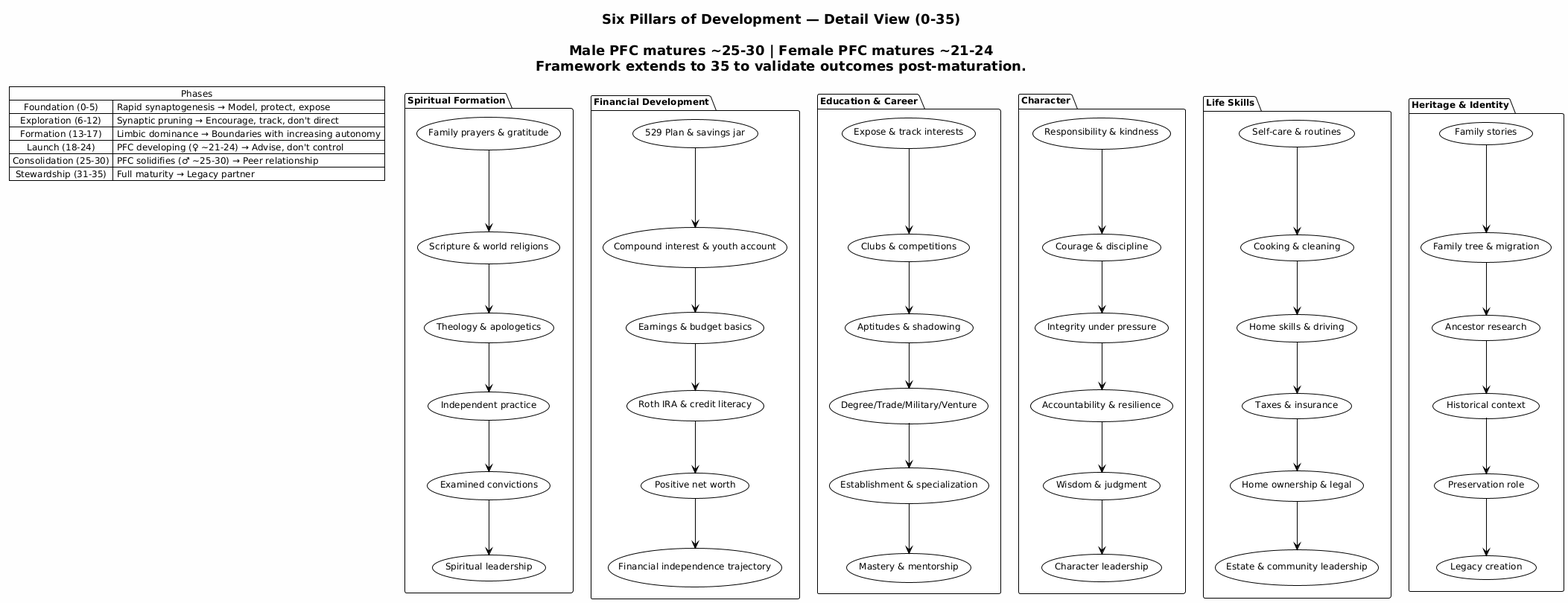
This is diagrams/pillars_detail.png from vampireLibrarianMonk/life_planning, a PlantUML export, as it was before one commit.
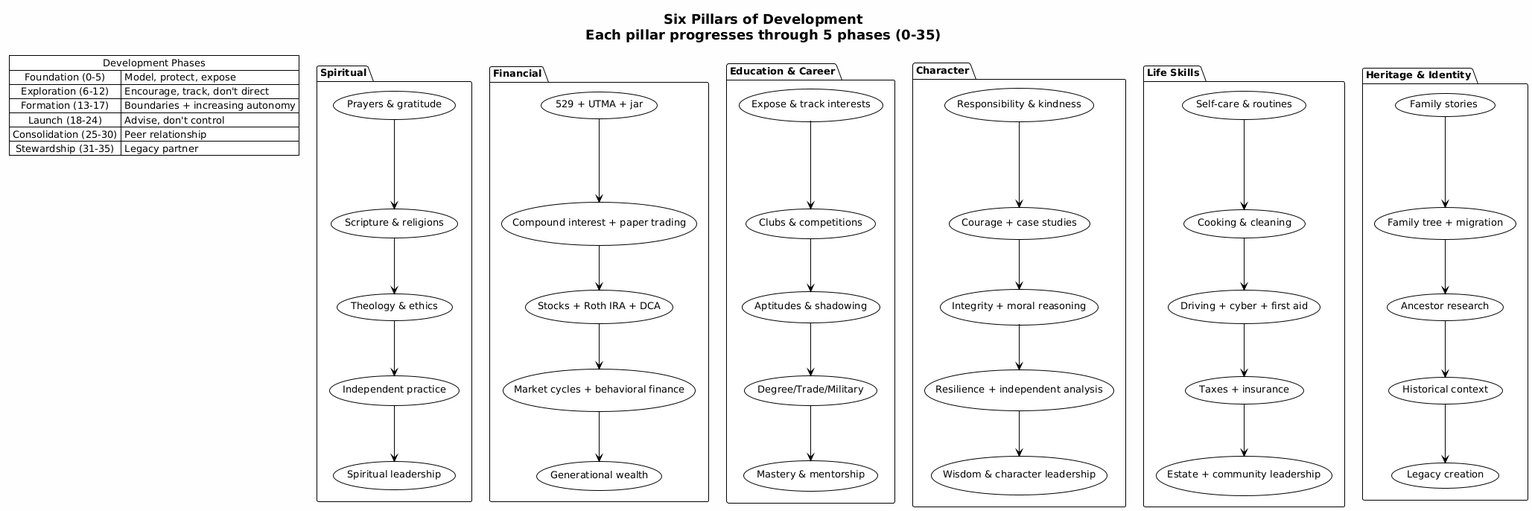
After the commit.

Change to the diagram source:
```diff
@@ -1,102 +1,60 @@
 @startuml pillars_detail
 !theme plain
 skinparam backgroundColor #FEFEFE
-skinparam defaultFontSize 12
+skinparam defaultFontSize 13
 skinparam titleFontSize 18
 
-title Six Pillars of Development — Detail View (0-35)\n\nMale PFC matures ~25-30 | Female PFC matures ~21-24\nFramework extends to 35 to validate outcomes post-maturation.
+title Six Pillars of Development\nEach pillar progresses through 5 phases (0-35)
 
-map "Phases" as phases {
-  Foundation (0-5) => Rapid synaptogenesis → Model, protect, expose
-  Exploration (6-12) => Synaptic pruning → Encourage, track, don't direct
-  Formation (13-17) => Limbic dominance → Boundaries with increasing autonomy
-  Launch (18-24) => PFC developing (♀ ~21-24) → Advise, don't control
-  Consolidation (25-30) => PFC solidifies (♂ ~25-30) → Peer relationship
-  Stewardship (31-35) => Full maturity → Legacy partner
+map "Development Phases" as phases {
+  Foundation (0-5) => Model, protect, expose
+  Exploration (6-12) => Encourage, track, don't direct
+  Formation (13-17) => Boundaries + increasing autonomy
+  Launch (18-24) => Advise, don't control
+  Consolidation (25-30) => Peer relationship
+  Stewardship (31-35) => Legacy partner
 }
 
-package "Spiritual Formation" {
-  (Family prayers & gratitude) as sp1
-  (Scripture & world religions) as sp2
-  (Theology & apologetics) as sp3
-  (Independent practice) as sp4
-  (Examined convictions) as sp5
-  (Spiritual leadership) as sp6
-  sp1 --> sp2
-  sp2 --> sp3
-  sp3 --> sp4
-  sp4 --> sp5
-  sp5 --> sp6
+package "Spiritual" {
+  (Prayers & gratitude) --> (Scripture & religions)
+  (Scripture & religions) --> (Theology & ethics)
+  (Theology & ethics) --> (Independent practice)
+  (Independent practice) --> (Spiritual leadership)
 }
 
-package "Financial Development" {
-  (529 Plan & savings jar) as fi1
-  (Compound interest & youth account) as fi2
-  (Earnings & budget basics) as fi3
-  (Roth IRA & credit literacy) as fi4
-  (Positive net worth) as fi5
-  (Financial independence trajectory) as fi6
-  fi1 --> fi2
-  fi2 --> fi3
-  fi3 --> fi4
-  fi4 --> fi5
-  fi5 --> fi6
+package "Financial" {
+  (529 + UTMA + jar) --> (Compound interest + paper trading)
+  (Compound interest + paper trading) --> (Stocks + Roth IRA + DCA)
+  (Stocks + Roth IRA + DCA) --> (Market cycles + behavioral finance)
+  (Market cycles + behavioral finance) --> (Generational wealth)
 }
 
 package "Education & Career" {
-  (Expose & track interests) as ed1
-  (Clubs & competitions) as ed2
-  (Aptitudes & shadowing) as ed3
-  (Degree/Trade/Military/Venture) as ed4
-  (Establishment & specialization) as ed5
-  (Mastery & mentorship) as ed6
-  ed1 --> ed2
-  ed2 --> ed3
-  ed3 --> ed4
-  ed4 --> ed5
-  ed5 --> ed6
+  (Expose & track interests) --> (Clubs & competitions)
+  (Clubs & competitions) --> (Aptitudes & shadowing)
+  (Aptitudes & shadowing) --> (Degree/Trade/Military)
+  (Degree/Trade/Military) --> (Mastery & mentorship)
 }
 
 package "Character" {
-  (Responsibility & kindness) as ch1
-  (Courage & discipline) as ch2
-  (Integrity under pressure) as ch3
-  (Accountability & resilience) as ch4
-  (Wisdom & judgment) as ch5
-  (Character leadership) as ch6
-  ch1 --> ch2
-  ch2 --> ch3
-  ch3 --> ch4
-  ch4 --> ch5
-  ch5 --> ch6
+  (Responsibility & kindness) --> (Courage + case studies)
+  (Courage + case studies) --> (Integrity + moral reasoning)
+  (Integrity + moral reasoning) --> (Resilience + independent analysis)
+  (Resilience + independent analysis) --> (Wisdom & character leadership)
 }
 
 package "Life Skills" {
-  (Self-care & routines) as ls1
-  (Cooking & cleaning) as ls2
-  (Home skills & driving) as ls3
-  (Taxes & insurance) as ls4
-  (Home ownership & legal) as ls5
-  (Estate & community leadership) as ls6
-  ls1 --> ls2
-  ls2 --> ls3
-  ls3 --> ls4
-  ls4 --> ls5
-  ls5 --> ls6
+  (Self-care & routines) --> (Cooking & cleaning)
+  (Cooking & cleaning) --> (Driving + cyber + first aid)
+  (Driving + cyber + first aid) --> (Taxes + insurance)
+  (Taxes + insurance) --> (Estate + community leadership)
 }
 
 package "Heritage & Identity" {
-  (Family stories) as he1
-  (Family tree & migration) as he2
-  (Ancestor research) as he3
-  (Historical context) as he4
-  (Preservation role) as he5
-  (Legacy creation) as he6
-  he1 --> he2
-  he2 --> he3
-  he3 --> he4
-  he4 --> he5
-  he5 --> he6
+  (Family stories) --> (Family tree + migration)
+  (Family tree + migration) --> (Ancestor research)
+  (Ancestor research) --> (Historical context)
+  (Historical context) --> (Legacy creation)
 }
 
 @enduml
```
